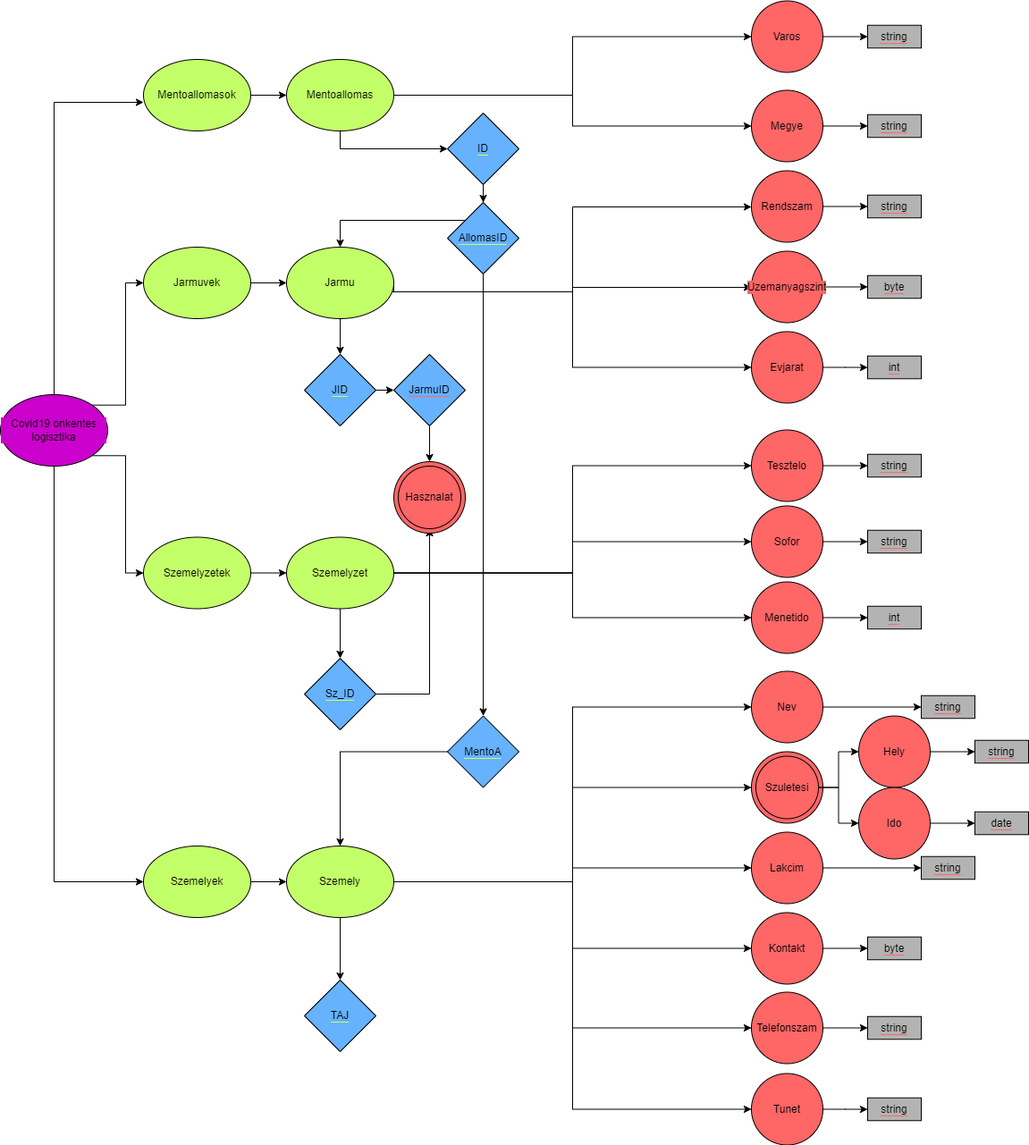
The draw.io diagram XMLTaskKLJDUJ/XDMkljduj.png in lyukasgumi/KLJDUJ_XMLgyak, before a commit. Source tidied: cells renumbered, new cells last; positions are measured from the earlier drawing's top-left corner, leaving out a move shared by most shapes.
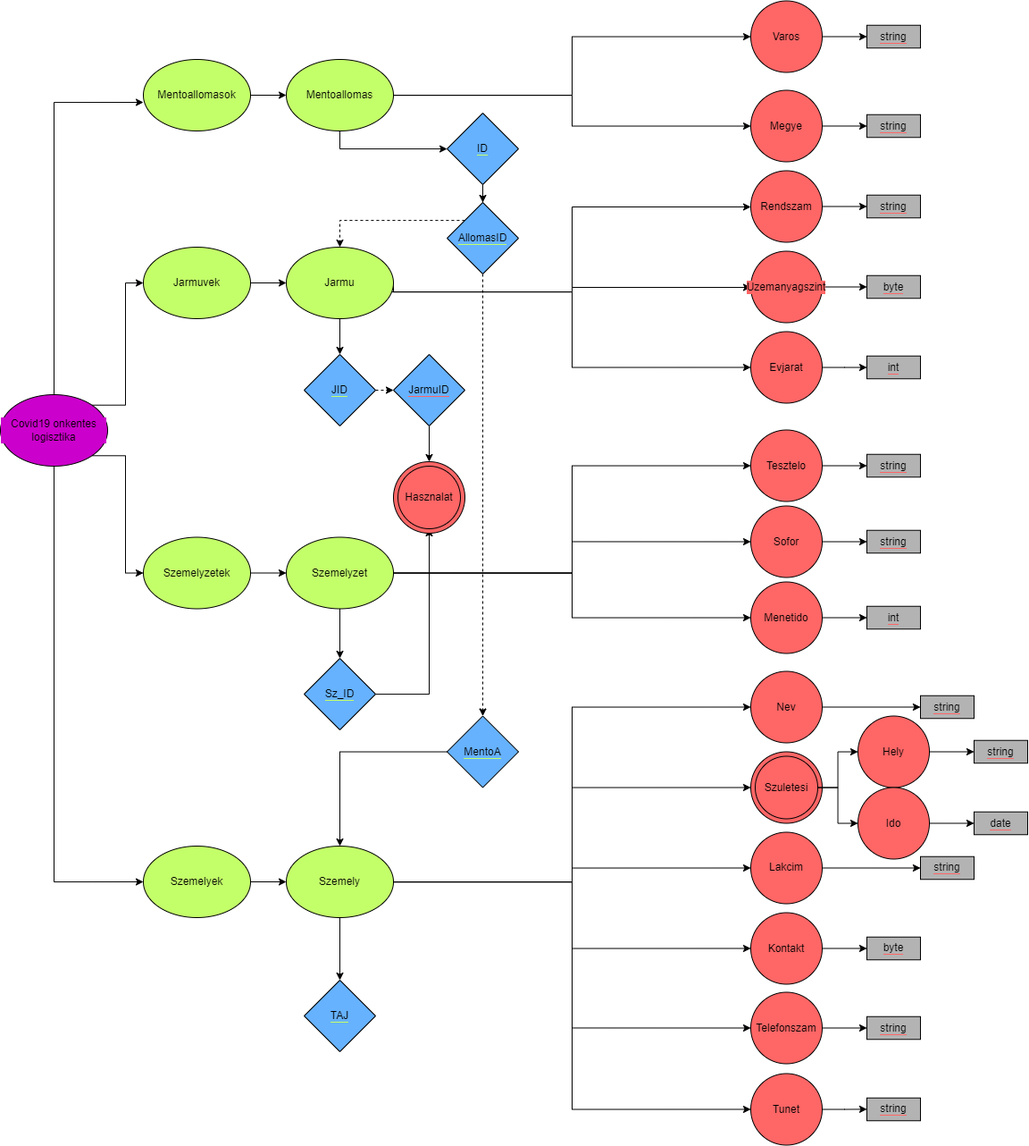
The same diagram one commit later.

What changed in the source:
```diff
@@ -131,20 +131,20 @@
     <mxCell id="37" value="&lt;span style=&quot;background-color: rgb(102 , 178 , 255)&quot;&gt;ID&lt;/span&gt;" style="rhombus;whiteSpace=wrap;html=1;labelBackgroundColor=#C3FF69;fontColor=#000000;fillColor=#66B2FF;" parent="1" vertex="1">
       <mxGeometry x="500" y="126" width="80" height="80" as="geometry" />
     </mxCell>
-    <mxCell id="38" style="edgeStyle=orthogonalEdgeStyle;rounded=0;jettySize=auto;html=1;exitX=1;exitY=0.5;exitDx=0;exitDy=0;entryX=0;entryY=0.5;entryDx=0;entryDy=0;fontColor=#000000;" parent="1" edge="1" source="39" target="85">
+    <mxCell id="38" style="edgeStyle=orthogonalEdgeStyle;rounded=0;jettySize=auto;html=1;exitX=1;exitY=0.5;exitDx=0;exitDy=0;entryX=0;entryY=0.5;entryDx=0;entryDy=0;fontColor=#000000;dashed=1;" parent="1" edge="1" source="39" target="85">
       <mxGeometry relative="1" as="geometry" />
     </mxCell>
     <mxCell id="39" value="&lt;span style=&quot;background-color: rgb(102 , 178 , 255)&quot;&gt;JID&lt;/span&gt;" style="rhombus;whiteSpace=wrap;html=1;labelBackgroundColor=#C3FF69;fontColor=#000000;fillColor=#66B2FF;" parent="1" vertex="1">
       <mxGeometry x="340" y="396" width="80" height="80" as="geometry" />
     </mxCell>
-    <mxCell id="40" style="edgeStyle=orthogonalEdgeStyle;rounded=0;jettySize=auto;html=1;fontColor=#000000;entryX=0.5;entryY=0;entryDx=0;entryDy=0;" parent="1" edge="1" source="42" target="19">
+    <mxCell id="40" style="edgeStyle=orthogonalEdgeStyle;rounded=0;jettySize=auto;html=1;fontColor=#000000;entryX=0.5;entryY=0;entryDx=0;entryDy=0;dashed=1;" parent="1" edge="1" source="42" target="19">
       <mxGeometry relative="1" as="geometry">
         <Array as="points">
           <mxPoint x="380" y="246" />
         </Array>
       </mxGeometry>
     </mxCell>
-    <mxCell id="41" style="edgeStyle=orthogonalEdgeStyle;rounded=0;jettySize=auto;html=1;fontColor=#000000;" parent="1" edge="1" source="42" target="81">
+    <mxCell id="41" style="edgeStyle=orthogonalEdgeStyle;rounded=0;jettySize=auto;html=1;fontColor=#000000;dashed=1;" parent="1" edge="1" source="42" target="81">
       <mxGeometry relative="1" as="geometry" />
     </mxCell>
     <mxCell id="42" value="&lt;span style=&quot;background-color: rgb(102 , 178 , 255)&quot;&gt;AllomasID&lt;/span&gt;" style="rhombus;whiteSpace=wrap;html=1;labelBackgroundColor=#C3FF69;fontColor=#000000;fillColor=#66B2FF;" parent="1" vertex="1">
```
